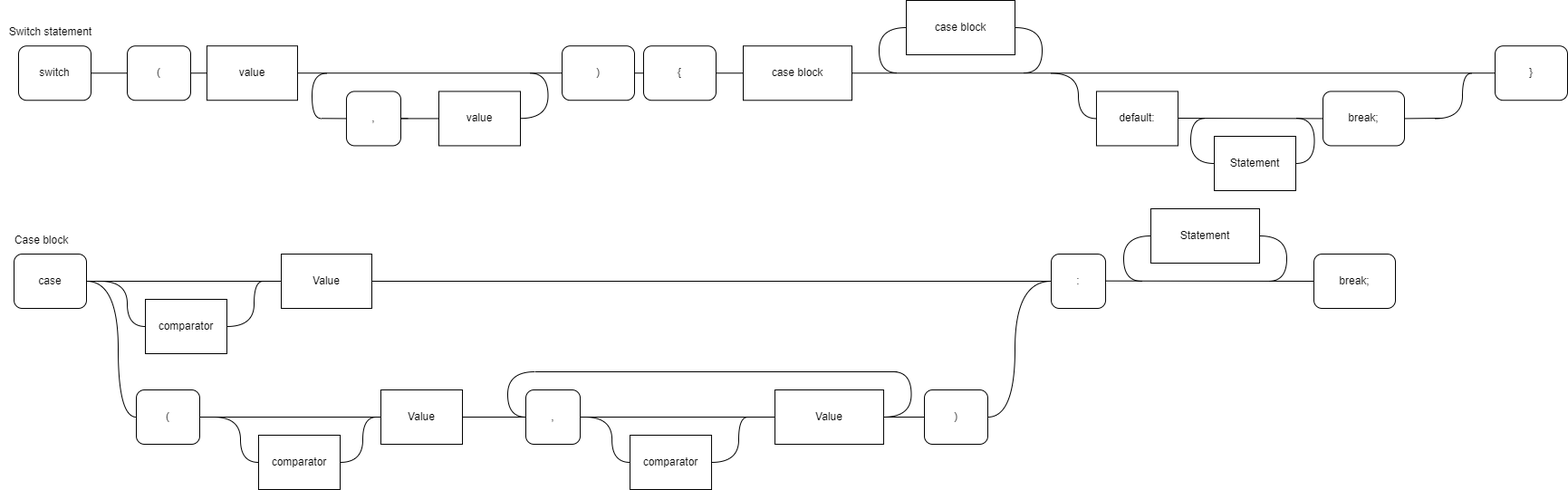
Earlier version of the draw.io export Major project theory images/Switch EBNF.drawio.png (TYProjectUploader/Nyanto). Source tidied: cells renumbered, new cells last; positions are measured from the earlier drawing's top-left corner, leaving out a move shared by most shapes.
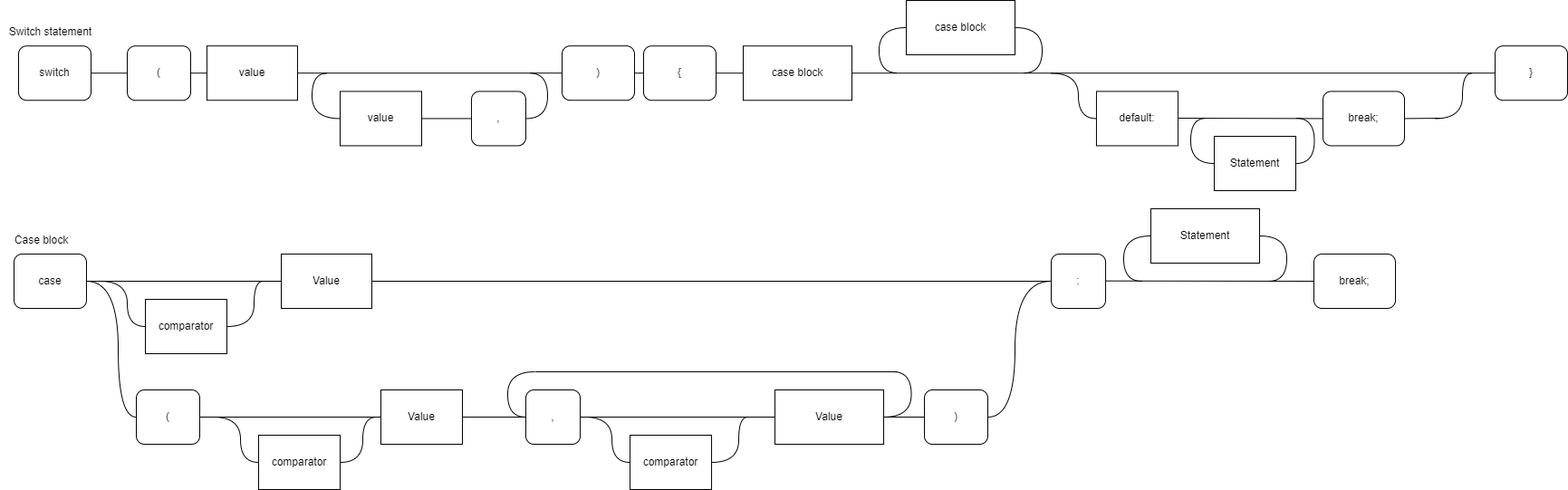
Above is the later version.

Commit message:
updated theory img

What changed in the source:
```diff
@@ -36,39 +36,34 @@
       </mxGeometry>
     </mxCell>
     <mxCell id="12" value="," style="rounded=1;whiteSpace=wrap;html=1;" parent="1" vertex="1">
-      <mxGeometry x="382" y="100.4" width="60" height="60" as="geometry" />
+      <mxGeometry x="520" y="100.4" width="60" height="60" as="geometry" />
     </mxCell>
-    <mxCell id="13" style="endArrow=none;html=1;rounded=0;edgeStyle=orthogonalEdgeStyle;curved=1;" parent="1" edge="1">
+    <mxCell id="13" style="endArrow=none;html=1;rounded=0;edgeStyle=orthogonalEdgeStyle;curved=1;entryX=0;entryY=0.5;entryDx=0;entryDy=0;" parent="1" edge="1" target="15">
       <mxGeometry relative="1" as="geometry">
         <mxPoint x="360.1" y="80.5" as="sourcePoint" />
-        <mxPoint x="354" y="130.3" as="targetPoint" />
         <Array as="points">
-          <mxPoint x="344" y="80.3" />
-          <mxPoint x="344" y="130.3" />
+          <mxPoint x="344" y="81" />
+          <mxPoint x="344" y="130" />
         </Array>
       </mxGeometry>
     </mxCell>
-    <mxCell id="14" style="endArrow=none;html=1;rounded=0;entryX=1;entryY=0.5;entryDx=0;entryDy=0;edgeStyle=orthogonalEdgeStyle;curved=1;" parent="1" edge="1">
+    <mxCell id="14" style="endArrow=none;html=1;rounded=0;entryX=1;entryY=0.5;entryDx=0;entryDy=0;edgeStyle=orthogonalEdgeStyle;curved=1;" parent="1" edge="1" target="12">
       <mxGeometry relative="1" as="geometry">
         <mxPoint x="584.5" y="80.3" as="sourcePoint" />
-        <mxPoint x="574" y="130.2" as="targetPoint" />
         <Array as="points">
-          <mxPoint x="604.5" y="80.3" />
-          <mxPoint x="604.5" y="130.3" />
+          <mxPoint x="604" y="80" />
+          <mxPoint x="604" y="130" />
         </Array>
       </mxGeometry>
     </mxCell>
     <mxCell id="15" value="value" style="rounded=0;whiteSpace=wrap;html=1;" parent="1" vertex="1">
-      <mxGeometry x="484" y="100.4" width="90" height="60" as="geometry" />
+      <mxGeometry x="375" y="100.4" width="90" height="60" as="geometry" />
     </mxCell>
-    <mxCell id="16" style="endArrow=none;html=1;rounded=0;exitX=1;exitY=0.5;exitDx=0;exitDy=0;entryX=0;entryY=0.5;entryDx=0;entryDy=0;" parent="1" edge="1" source="12" target="15">
-      <mxGeometry relative="1" as="geometry" />
+    <mxCell id="16" style="endArrow=none;html=1;rounded=0;exitX=1;exitY=0.5;exitDx=0;exitDy=0;entryX=1;entryY=0.5;entryDx=0;entryDy=0;" parent="1" edge="1" target="15">
+      <mxGeometry relative="1" as="geometry">
+        <mxPoint x="520" y="130.4" as="sourcePoint" />
+      </mxGeometry>
     </mxCell>
-    <mxCell id="17" style="endArrow=none;html=1;rounded=0;entryX=0;entryY=0.5;entryDx=0;entryDy=0;" parent="1" edge="1" target="12">
-      <mxGeometry relative="1" as="geometry">
-        <mxPoint x="354" y="130.3" as="sourcePoint" />
-      </mxGeometry>
-    </mxCell>
     <mxCell id="18" style="endArrow=none;html=1;rounded=0;exitX=1;exitY=0.5;exitDx=0;exitDy=0;entryX=0;entryY=0.5;entryDx=0;entryDy=0;" parent="1" edge="1" source="5" target="6">
       <mxGeometry relative="1" as="geometry" />
     </mxCell>
```
